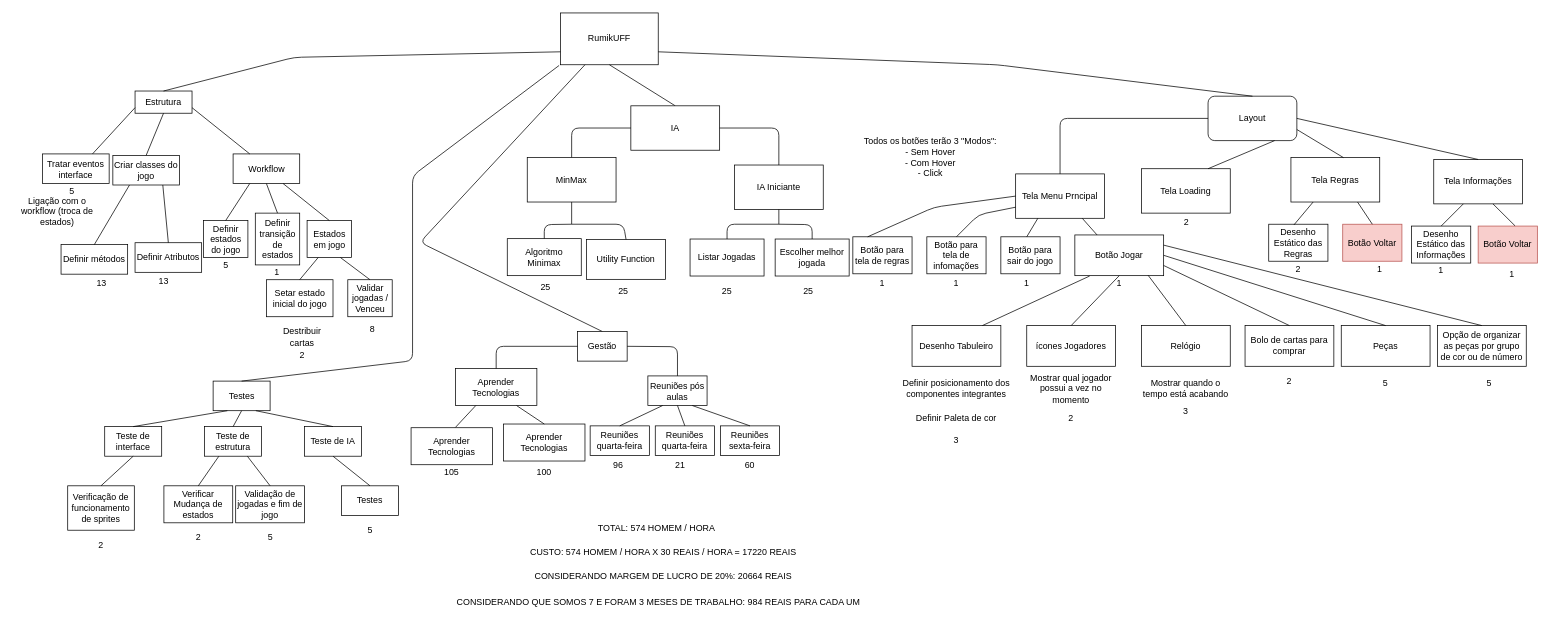
This is Arquivos de gestão/Geral/EAP Geral + Poker com custo calculado.drawio from marcosousa-uff/Rummikuff, a draw.io file, before an edit. Source tidied: cells renumbered, new cells numbered last; positions are measured from the earlier drawing's top-left corner, leaving out a move shared by most shapes. Both pictures are drawn from the tidied source at 74%, with x=0, y=0 at pixel (13, 13).
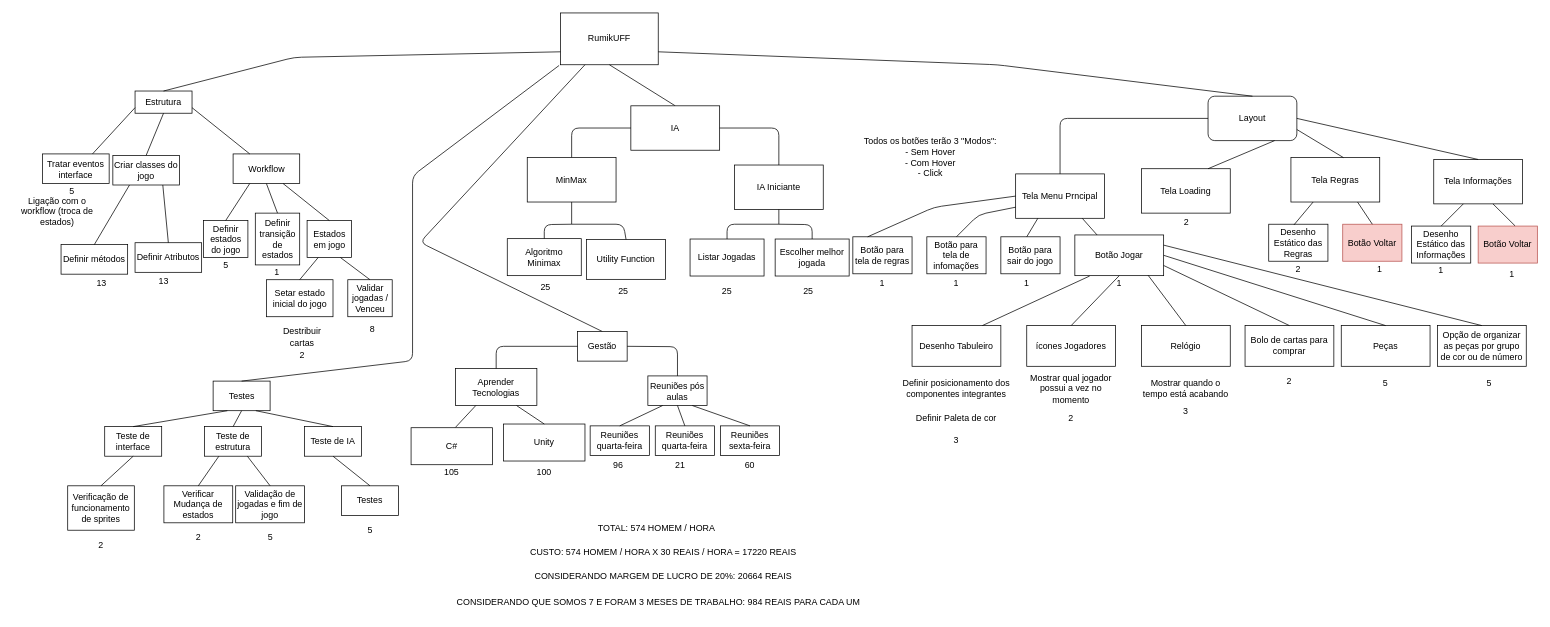
After the change.

What changed in the source:
```diff
@@
-    <mxCell id="108" value="Aprender Tecnologias" style="rounded=0;whiteSpace=wrap;html=1;" parent="1" vertex="1">
+    <mxCell id="108" value="C#" style="rounded=0;whiteSpace=wrap;html=1;" parent="1" vertex="1">
       <mxGeometry x="538" y="560.5" width="110" height="50" as="geometry" />
     </mxCell>
-    <mxCell id="109" value="Aprender Tecnologias" style="rounded=0;whiteSpace=wrap;html=1;" parent="1" vertex="1">
+    <mxCell id="109" value="Unity" style="rounded=0;whiteSpace=wrap;html=1;" parent="1" vertex="1">
       <mxGeometry x="663" y="555.5" width="110" height="50" as="geometry" />
     </mxCell>
```
